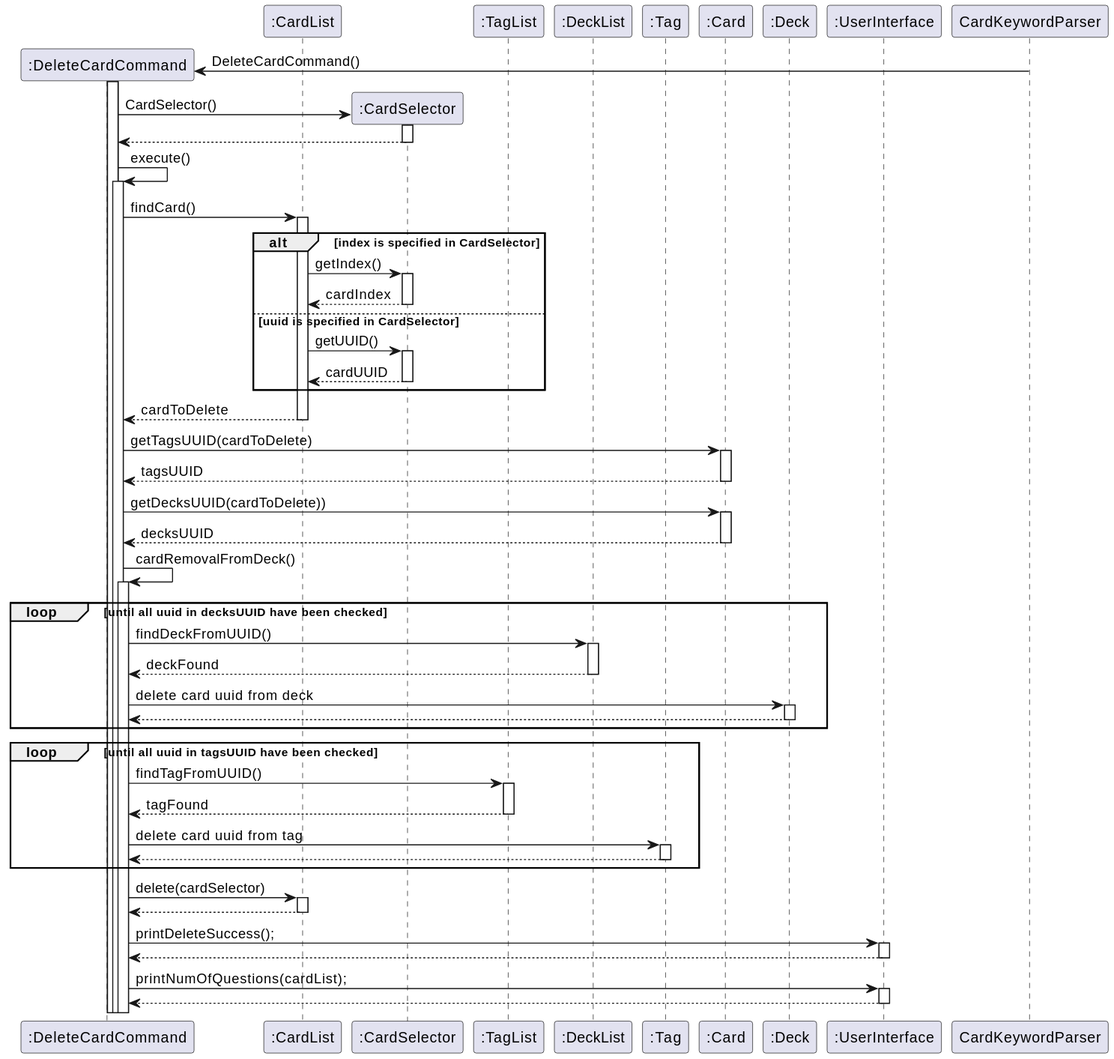
The PlantUML diagram docs/img/CardDeleteSequence.svg in nus-cs2113-AY2223S2/tp, before a commit. The source it was exported from:
```plantuml
@startuml
autoactivate on

participant ":DeleteCardCommand" as DeleteCardCommand
participant ":CardList" as CardList
participant ":CardSelector" as CardSelector
participant ":TagList" as TagList
participant ":DeckList" as DeckList
participant ":Tag" as Tag
participant ":Card" as Card
participant ":Deck" as Deck
participant ":UserInterface" as UserInterface


Create DeleteCardCommand
CardKeywordParser -> DeleteCardCommand : DeleteCardCommand()
activate DeleteCardCommand

Create CardSelector
DeleteCardCommand -> CardSelector : CardSelector()
return

DeleteCardCommand -> DeleteCardCommand : execute()
DeleteCardCommand -> CardList : findCard()

alt index is specified in CardSelector
CardList -> CardSelector : getIndex()
return cardIndex
else uuid is specified in CardSelector
CardList -> CardSelector : getUUID()
return cardUUID
end
return cardToDelete

DeleteCardCommand -> Card : getTagsUUID(cardToDelete)
return tagsUUID
DeleteCardCommand -> Card : getDecksUUID(cardToDelete))
return decksUUID

DeleteCardCommand -> DeleteCardCommand : cardRemovalFromDeck()

loop until all uuid in decksUUID have been checked
  DeleteCardCommand -> DeckList : findDeckFromUUID()
  return deckFound

  DeleteCardCommand -> Deck : delete card uuid from deck
  return
end loop

loop until all uuid in tagsUUID have been checked
  DeleteCardCommand -> TagList : findTagFromUUID()
  return tagFound

  DeleteCardCommand -> Tag : delete card uuid from tag
  return
end loop

DeleteCardCommand -> CardList : delete(cardSelector)
return

DeleteCardCommand -> UserInterface : printDeleteSuccess();
return

DeleteCardCommand -> UserInterface : printNumOfQuestions(cardList);
return
@enduml
```
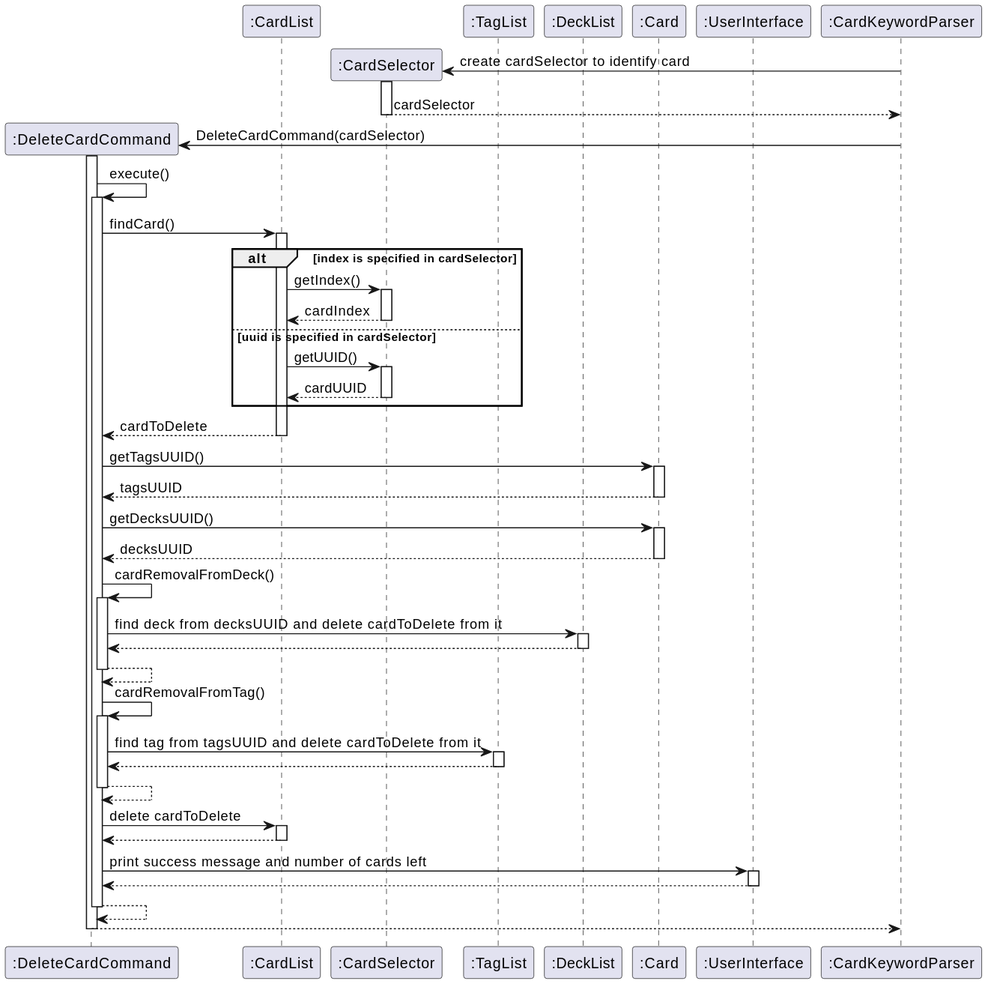
The same file after the commit.

Commit message:
Updated Card Sequence file

What changed in the source:
```diff
@@ -6,61 +6,51 @@
 participant ":CardSelector" as CardSelector
 participant ":TagList" as TagList
 participant ":DeckList" as DeckList
-participant ":Tag" as Tag
 participant ":Card" as Card
-participant ":Deck" as Deck
 participant ":UserInterface" as UserInterface
+participant ":CardKeywordParser" as CardKeywordParser
 
+Create CardSelector
+CardKeywordParser -> CardSelector : create cardSelector to identify card
+return cardSelector
 
 Create DeleteCardCommand
-CardKeywordParser -> DeleteCardCommand : DeleteCardCommand()
-activate DeleteCardCommand
-
-Create CardSelector
-DeleteCardCommand -> CardSelector : CardSelector()
-return
+CardKeywordParser -> DeleteCardCommand : DeleteCardCommand(cardSelector)
 
 DeleteCardCommand -> DeleteCardCommand : execute()
 DeleteCardCommand -> CardList : findCard()
 
-alt index is specified in CardSelector
+alt index is specified in cardSelector
 CardList -> CardSelector : getIndex()
 return cardIndex
-else uuid is specified in CardSelector
+else uuid is specified in cardSelector
 CardList -> CardSelector : getUUID()
 return cardUUID
 end
 return cardToDelete
 
-DeleteCardCommand -> Card : getTagsUUID(cardToDelete)
+DeleteCardCommand -> Card : getTagsUUID()
 return tagsUUID
-DeleteCardCommand -> Card : getDecksUUID(cardToDelete))
+DeleteCardCommand -> Card : getDecksUUID()
 return decksUUID
 
 DeleteCardCommand -> DeleteCardCommand : cardRemovalFromDeck()
-
-loop until all uuid in decksUUID have been checked
-  DeleteCardCommand -> DeckList : findDeckFromUUID()
-  return deckFound
-
-  DeleteCardCommand -> Deck : delete card uuid from deck
-  return
-end loop
-
-loop until all uuid in tagsUUID have been checked
-  DeleteCardCommand -> TagList : findTagFromUUID()
-  return tagFound
-
-  DeleteCardCommand -> Tag : delete card uuid from tag
-  return
-end loop
-
-DeleteCardCommand -> CardList : delete(cardSelector)
+DeleteCardCommand -> DeckList : find deck from decksUUID and delete cardToDelete from it
+return
 return
 
-DeleteCardCommand -> UserInterface : printDeleteSuccess();
+DeleteCardCommand -> DeleteCardCommand : cardRemovalFromTag()
+DeleteCardCommand -> TagList : find tag from tagsUUID and delete cardToDelete from it
+return
 return
 
-DeleteCardCommand -> UserInterface : printNumOfQuestions(cardList);
+DeleteCardCommand -> CardList : delete cardToDelete
+return
+
+DeleteCardCommand -> UserInterface : print success message and number of cards left
+return
+
+return
+
 return
 @enduml
```
